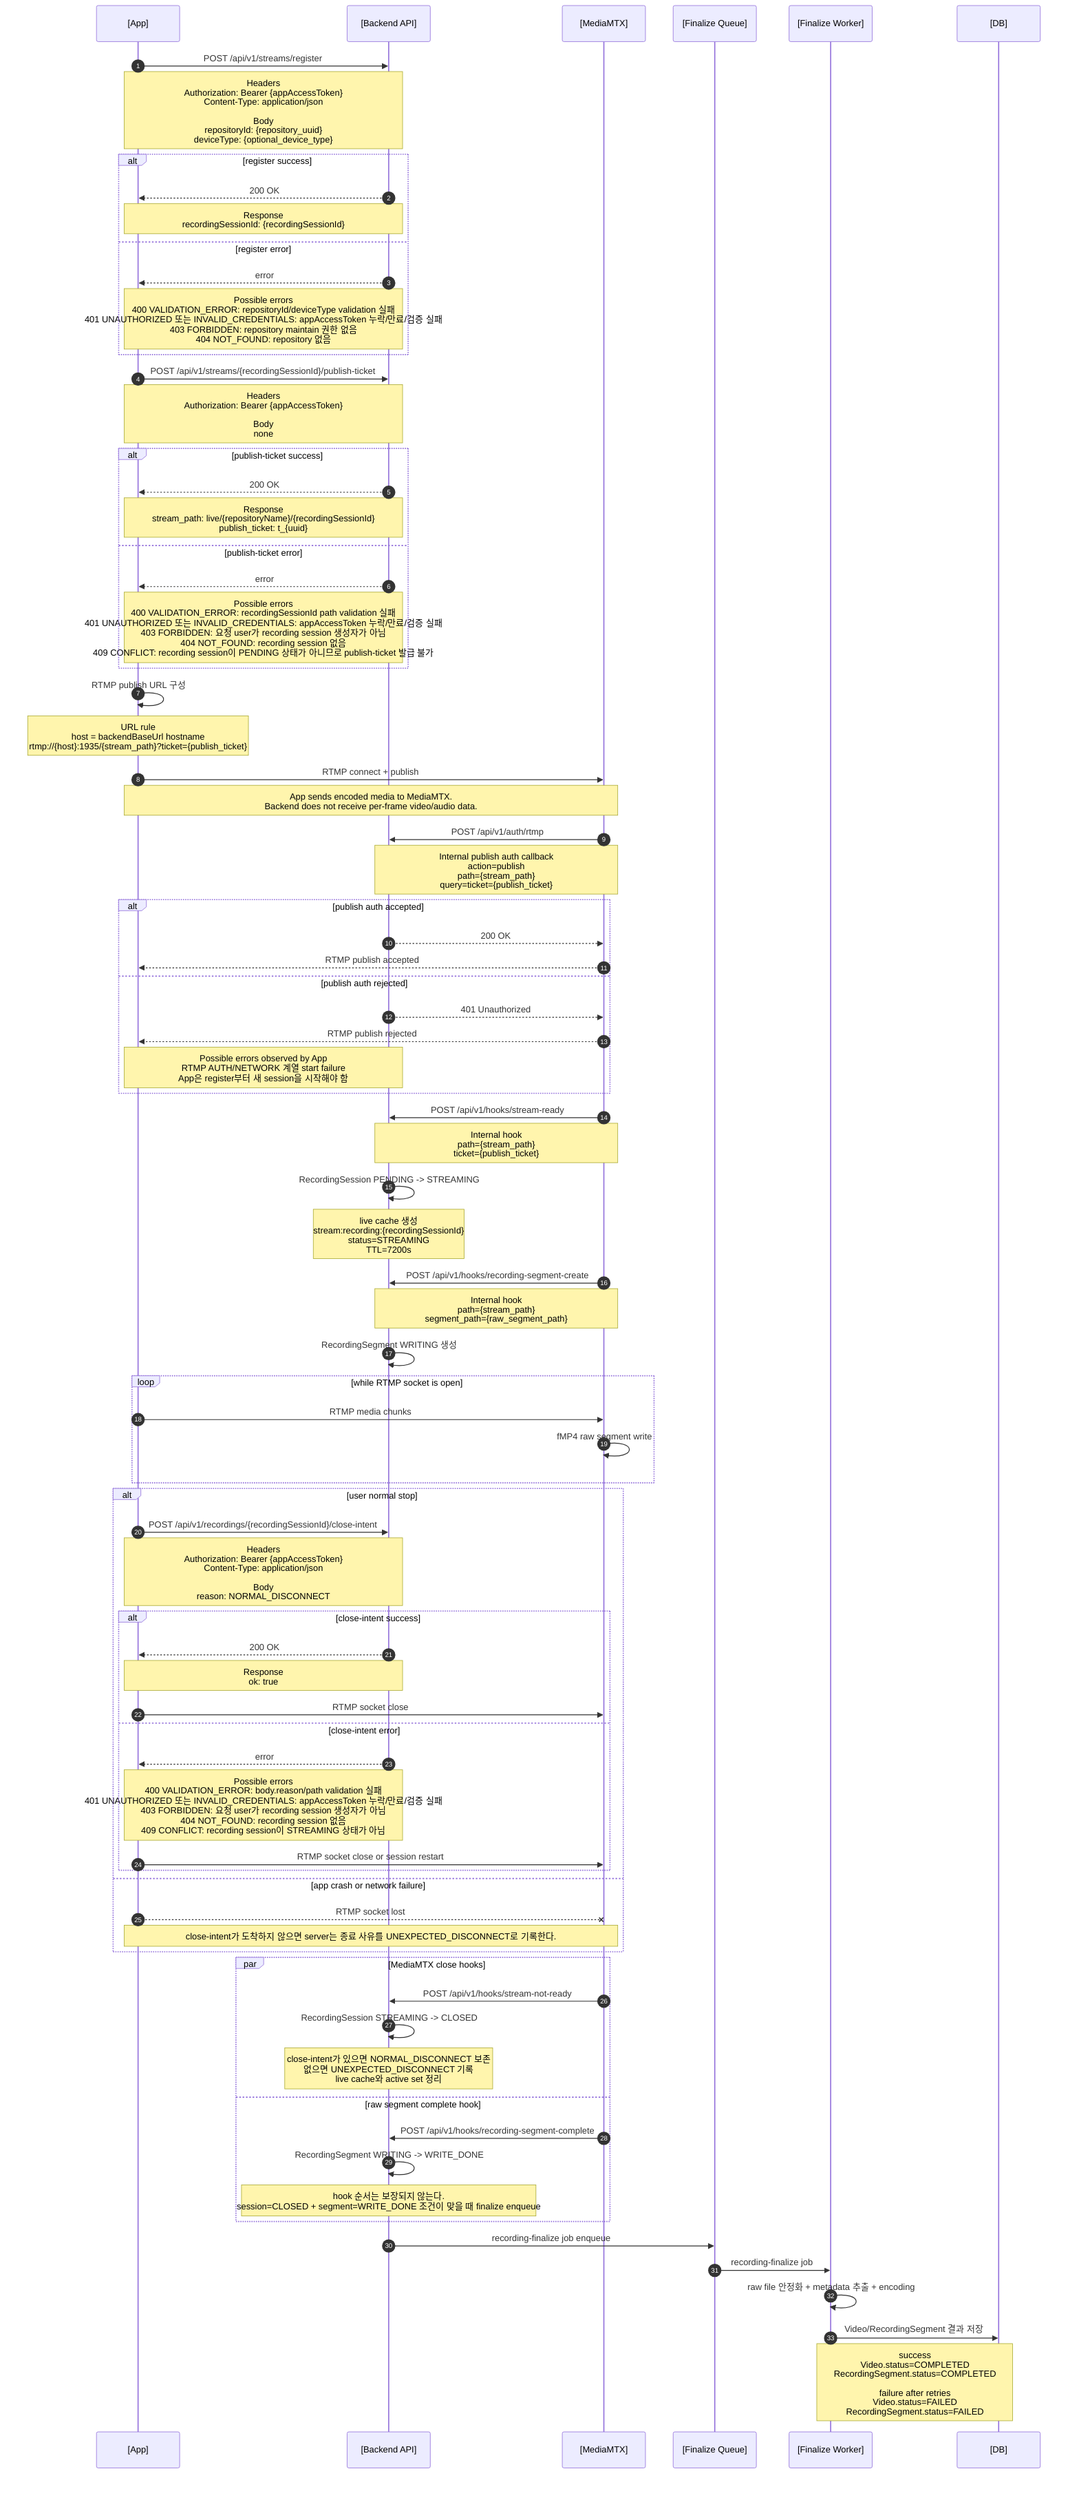
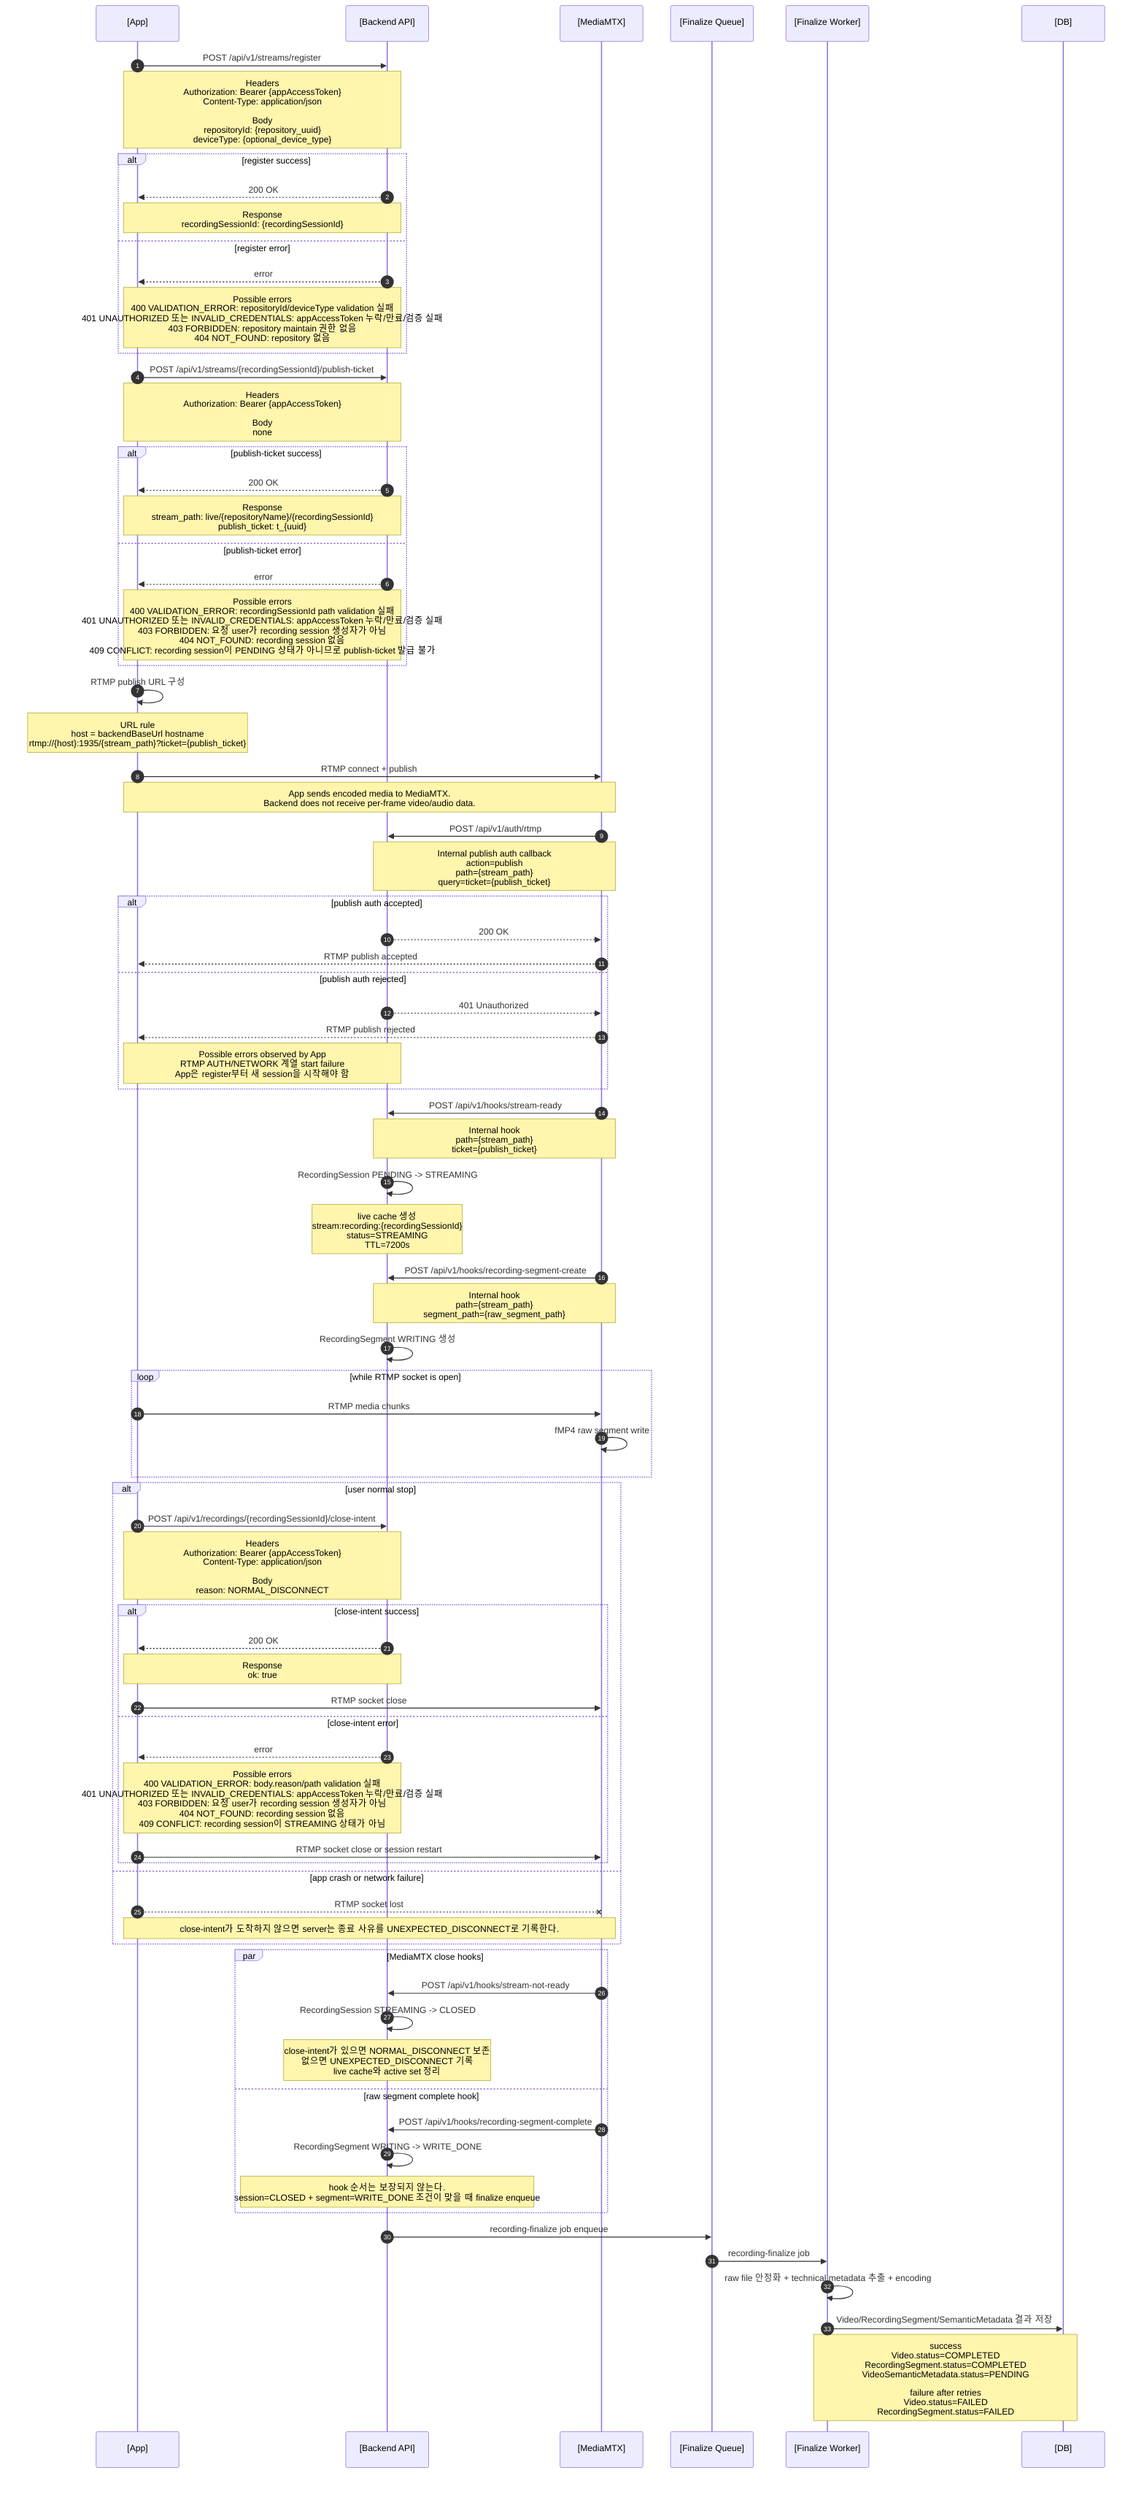
sequenceDiagram
  autonumber
  participant App as [App]
  participant Server as [Backend API]
  participant MTX as [MediaMTX]
  participant Queue as [Finalize Queue]
  participant Worker as [Finalize Worker]
  participant DB as [DB]

  App->>Server: POST /api/v1/streams/register
  Note over App,Server: Headers<br/>Authorization: Bearer {appAccessToken}<br/>Content-Type: application/json<br/><br/>Body<br/>repositoryId: {repository_uuid}<br/>deviceType: {optional_device_type}

  alt register success
    Server-->>App: 200 OK
    Note over App,Server: Response<br/>recordingSessionId: {recordingSessionId}
  else register error
    Server-->>App: error
    Note over App,Server: Possible errors<br/>400 VALIDATION_ERROR: repositoryId/deviceType validation 실패<br/>401 UNAUTHORIZED 또는 INVALID_CREDENTIALS: appAccessToken 누락/만료/검증 실패<br/>403 FORBIDDEN: repository maintain 권한 없음<br/>404 NOT_FOUND: repository 없음
  end

  App->>Server: POST /api/v1/streams/{recordingSessionId}/publish-ticket
  Note over App,Server: Headers<br/>Authorization: Bearer {appAccessToken}<br/><br/>Body<br/>none

  alt publish-ticket success
    Server-->>App: 200 OK
    Note over App,Server: Response<br/>stream_path: live/{repositoryName}/{recordingSessionId}<br/>publish_ticket: t_{uuid}
  else publish-ticket error
    Server-->>App: error
    Note over App,Server: Possible errors<br/>400 VALIDATION_ERROR: recordingSessionId path validation 실패<br/>401 UNAUTHORIZED 또는 INVALID_CREDENTIALS: appAccessToken 누락/만료/검증 실패<br/>403 FORBIDDEN: 요청 user가 recording session 생성자가 아님<br/>404 NOT_FOUND: recording session 없음<br/>409 CONFLICT: recording session이 PENDING 상태가 아니므로 publish-ticket 발급 불가
  end

  App->>App: RTMP publish URL 구성
  Note over App: URL rule<br/>host = backendBaseUrl hostname<br/>rtmp://{host}:1935/{stream_path}?ticket={publish_ticket}

  App->>MTX: RTMP connect + publish
  Note over App,MTX: App sends encoded media to MediaMTX.<br/>Backend does not receive per-frame video/audio data.

  MTX->>Server: POST /api/v1/auth/rtmp
  Note over MTX,Server: Internal publish auth callback<br/>action=publish<br/>path={stream_path}<br/>query=ticket={publish_ticket}

  alt publish auth accepted
    Server-->>MTX: 200 OK
    MTX-->>App: RTMP publish accepted
  else publish auth rejected
    Server-->>MTX: 401 Unauthorized
    MTX-->>App: RTMP publish rejected
    Note over App,Server: Possible errors observed by App<br/>RTMP AUTH/NETWORK 계열 start failure<br/>App은 register부터 새 session을 시작해야 함
  end

  MTX->>Server: POST /api/v1/hooks/stream-ready
  Note over MTX,Server: Internal hook<br/>path={stream_path}<br/>ticket={publish_ticket}
  Server->>Server: RecordingSession PENDING -> STREAMING
  Note over Server: live cache 생성<br/>stream:recording:{recordingSessionId}<br/>status=STREAMING<br/>TTL=7200s

  MTX->>Server: POST /api/v1/hooks/recording-segment-create
  Note over MTX,Server: Internal hook<br/>path={stream_path}<br/>segment_path={raw_segment_path}
  Server->>Server: RecordingSegment WRITING 생성

  loop while RTMP socket is open
    App->>MTX: RTMP media chunks
    MTX->>MTX: fMP4 raw segment write
  end

  alt user normal stop
    App->>Server: POST /api/v1/recordings/{recordingSessionId}/close-intent
    Note over App,Server: Headers<br/>Authorization: Bearer {appAccessToken}<br/>Content-Type: application/json<br/><br/>Body<br/>reason: NORMAL_DISCONNECT

    alt close-intent success
      Server-->>App: 200 OK
      Note over App,Server: Response<br/>ok: true
      App->>MTX: RTMP socket close
    else close-intent error
      Server-->>App: error
      Note over App,Server: Possible errors<br/>400 VALIDATION_ERROR: body.reason/path validation 실패<br/>401 UNAUTHORIZED 또는 INVALID_CREDENTIALS: appAccessToken 누락/만료/검증 실패<br/>403 FORBIDDEN: 요청 user가 recording session 생성자가 아님<br/>404 NOT_FOUND: recording session 없음<br/>409 CONFLICT: recording session이 STREAMING 상태가 아님
      App->>MTX: RTMP socket close or session restart
    end
  else app crash or network failure
    App--xMTX: RTMP socket lost
    Note over App,MTX: close-intent가 도착하지 않으면 server는 종료 사유를 UNEXPECTED_DISCONNECT로 기록한다.
  end

  par MediaMTX close hooks
    MTX->>Server: POST /api/v1/hooks/stream-not-ready
    Server->>Server: RecordingSession STREAMING -> CLOSED
    Note over Server: close-intent가 있으면 NORMAL_DISCONNECT 보존<br/>없으면 UNEXPECTED_DISCONNECT 기록<br/>live cache와 active set 정리
  and raw segment complete hook
    MTX->>Server: POST /api/v1/hooks/recording-segment-complete
    Server->>Server: RecordingSegment WRITING -> WRITE_DONE
    Note over Server: hook 순서는 보장되지 않는다.<br/>session=CLOSED + segment=WRITE_DONE 조건이 맞을 때 finalize enqueue
  end

  Server->>Queue: recording-finalize job enqueue
  Queue->>Worker: recording-finalize job
-   Worker->>Worker: raw file 안정화 + metadata 추출 + encoding
-   Worker->>DB: Video/RecordingSegment 결과 저장
-   Note over Worker,DB: success<br/>Video.status=COMPLETED<br/>RecordingSegment.status=COMPLETED<br/><br/>failure after retries<br/>Video.status=FAILED<br/>RecordingSegment.status=FAILED
+   Worker->>Worker: raw file 안정화 + technical metadata 추출 + encoding
+   Worker->>DB: Video/RecordingSegment/SemanticMetadata 결과 저장
+   Note over Worker,DB: success<br/>Video.status=COMPLETED<br/>RecordingSegment.status=COMPLETED<br/>VideoSemanticMetadata.status=PENDING<br/><br/>failure after retries<br/>Video.status=FAILED<br/>RecordingSegment.status=FAILED

%% 참고:
%% 이 문서는 App과 server-side streaming system 사이의 계약을 한 장으로 요약한다.
%% MediaMTX와 Finalize Worker는 server-side component이며, App이 직접 호출하는 HTTP API는 아니다.
%% 공통 error body shape:
%% { "error": { "code": "{ERROR_CODE}", "message": "{human_readable_message}", "details": {optional_details} } }
%% HTTP status code는 AppError.statusCode 또는 validation/auth middleware에서 결정된다.
%% App 계약:
%% App이 직접 호출하는 streaming HTTP API는 register, publish-ticket, close-intent다.
%% MediaMTX auth callback, MediaMTX hooks, finalize worker는 server-side 내부 흐름이며 App이 직접 호출하지 않는다.
%% App은 publish-ticket 응답의 stream_path와 publish_ticket만 사용해 RTMP publish URL을 만든다.
%% RTMP URL은 backendBaseUrl hostname, port 1935, returned stream_path, returned publish_ticket으로 구성한다.
%% App은 열린 RTMP publisher socket으로 encoded video/audio payload를 MediaMTX에 전송한다.
%% Backend는 per-frame video/audio data를 받지 않고 MediaMTX hook 이벤트와 worker job만 처리한다.
%% App은 legacy POST /api/v1/recordings/{recordingSessionId}/stop API를 호출하지 않는다.
%% App의 stop 버튼은 RTMP publisher connection을 바로 닫기 전에
%% POST /api/v1/recordings/{recordingSessionId}/close-intent 를 호출해야 한다.
%% close-intent body는 { "reason": "NORMAL_DISCONNECT" } 만 보낸다.
%% close-intent 200 OK 이후 RTMP publisher connection을 정상 close한다.
%% close-intent는 RecordingSession.status를 바꾸지 않는 STREAMING self-loop이다.
%% close-intent가 먼저 도착한 경우 stream-not-ready는 NORMAL_DISCONNECT를 보존한다.
%% close-intent 호출 실패 또는 app crash/network failure로 close-intent가 누락되면
%% Backend는 stream-not-ready/reconcile 시 UNEXPECTED_DISCONNECT로 기록한다.
%% MediaMTX stream-not-ready hook payload만으로 정상 close와 crash/reset/timeout을 정확히 구분하지 않는다.
%% App은 streaming 재시작 시 기존 recordingSessionId나 publish_ticket을 직접 재사용하지 않고 register부터 다시 호출한다.
%% register 이후 RTMP publish 전에 이탈했다면 같은 PENDING session이 재사용될 수 있다.
%% PENDING session이 재사용되더라도 이전 publish_ticket은 버리고 새 publish-ticket을 발급받아 사용한다.
%% RTMP publish 이후 STREAMING이 된 session은 재사용하지 않으며, 새 register는 새 PENDING session을 만든다.
%% App은 단일 streaming session의 최장 길이를 30분으로 제한한다. 이 제한은 backend가 강제하지 않는 app contract다.
%% 현재 구조에서는 App이 단일 recording session을 짧게 유지하는 전제이므로 정상 흐름의 segment rollover는 App 계약에서 다루지 않는다.
%% 상세 RTMP publish 인증 및 stream-ready 흐름은 .mermaid/3.rtmp-publish.mmd를 참고한다.
%% 상세 RTMP media 전송, hook race, finalize retry 흐름은 .mermaid/4.rtmp-stream.mmd를 참고한다.
